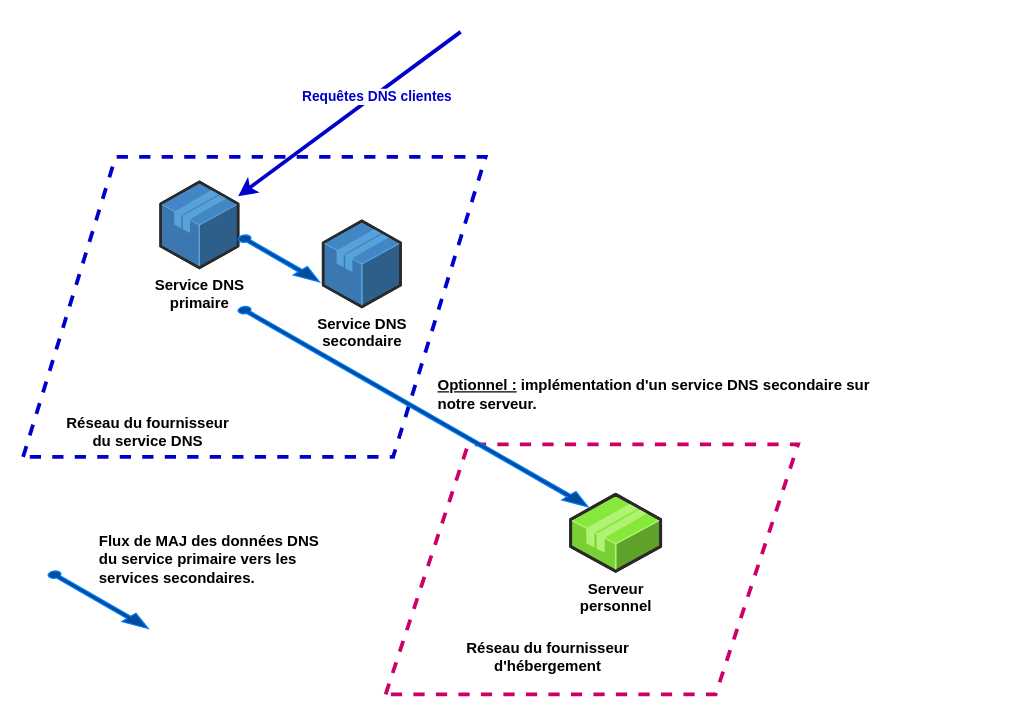
cbrocas/articles keeps this draw.io diagram as architecture.drawio. Above is the earlier version. Source tidied: cells renumbered, new cells numbered last; positions are measured from the earlier drawing's top-left corner, leaving out a move shared by most shapes. Both pictures are drawn from the tidied source at 125%, with x=0, y=0 at pixel (22, 31).
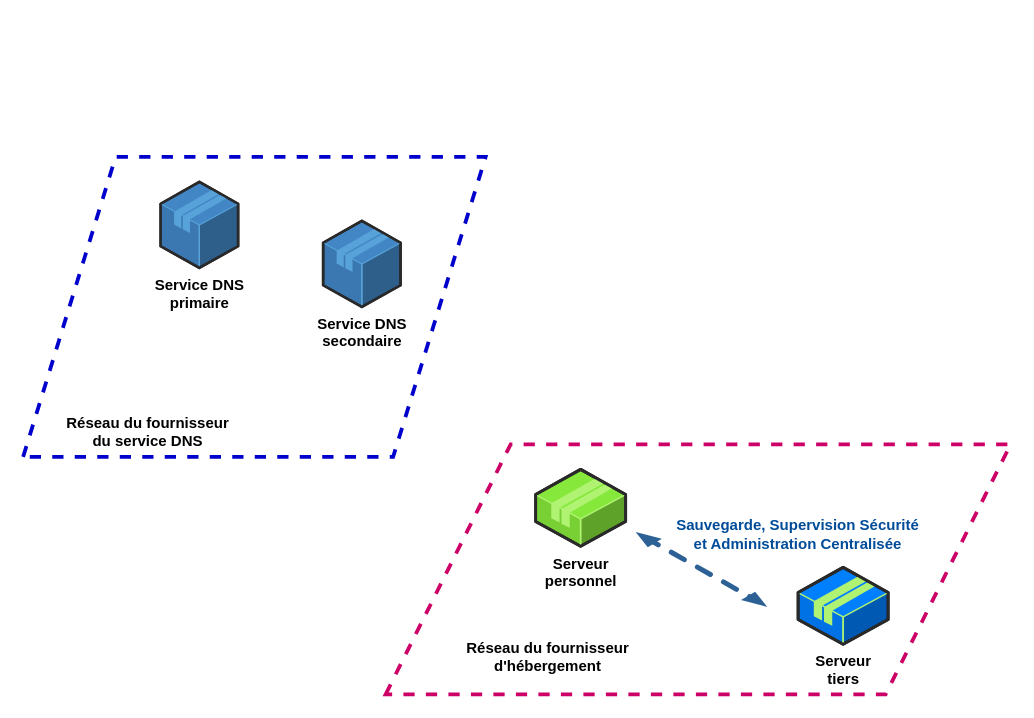
Above is the later version.

Diff of the diagram source:
```diff
@@
 <mxGraphModel>
   <root>
     <mxCell id="0" />
     <mxCell id="1" parent="0" />
     <mxCell id="2" style="shape=parallelogram;perimeter=parallelogramPerimeter;whiteSpace=wrap;html=1;shadow=0;dashed=1;strokeColor=#0000CC;strokeWidth=3;" parent="1" vertex="1">
       <mxGeometry y="100" width="370" height="240" as="geometry" />
     </mxCell>
     <mxCell id="3" style="shape=parallelogram;perimeter=parallelogramPerimeter;whiteSpace=wrap;html=1;shadow=0;strokeWidth=3;strokeColor=#CC0066;dashed=1;" parent="1" vertex="1">
-      <mxGeometry x="290" y="330" width="330" height="200" as="geometry" />
+      <mxGeometry x="290" y="330" width="500" height="200" as="geometry" />
     </mxCell>
-    <mxCell id="4" value="&lt;b&gt;Service DNS&lt;br&gt;secondaire&lt;br&gt;&lt;/b&gt;" style="verticalLabelPosition=bottom;html=1;verticalAlign=top;strokeWidth=1;align=center;dashed=0;shape=mxgraph.aws3d.application;fillColor=#4286c5;strokeColor=#57A2D8;" parent="1" vertex="1">
+    <mxCell id="4" value="&lt;b&gt;Service DNS&lt;br&gt;secondaire&lt;br&gt;&lt;/b&gt;" style="verticalLabelPosition=bottom;html=1;verticalAlign=top;strokeWidth=1;align=center;dashed=0;shape=mxgraph.aws3d.application;strokeColor=#57A2D8;fillColor=#4286C5;" parent="1" vertex="1">
       <mxGeometry x="240" y="151.2" width="62" height="68.8" as="geometry" />
     </mxCell>
     <mxCell id="5" value="&lt;b&gt;Service DNS&lt;br&gt;primaire&lt;br&gt;&lt;/b&gt;" style="verticalLabelPosition=bottom;html=1;verticalAlign=top;strokeWidth=1;align=center;outlineConnect=0;dashed=0;outlineConnect=0;shape=mxgraph.aws3d.application;fillColor=#4286c5;strokeColor=#57A2D8;" parent="1" vertex="1">
       <mxGeometry x="110" y="120" width="62" height="68.8" as="geometry" />
     </mxCell>
     <mxCell id="6" value="&lt;b&gt;Serveur&lt;br&gt;personnel&lt;br&gt;&lt;/b&gt;" style="verticalLabelPosition=bottom;html=1;verticalAlign=top;strokeWidth=1;align=center;dashed=0;shape=mxgraph.aws3d.application2;fillColor=#86E83A;strokeColor=#B0F373;" parent="1" vertex="1">
-      <mxGeometry x="438" y="370" width="72" height="61.5" as="geometry" />
+      <mxGeometry x="410" y="350" width="72" height="61.5" as="geometry" />
     </mxCell>
-    <mxCell id="7" style="endArrow=classic;html=1;strokeColor=#0000CC;strokeWidth=3;" parent="1" edge="1" target="5">
-      <mxGeometry relative="1" as="geometry">
-        <mxPoint x="350" as="sourcePoint" />
-      </mxGeometry>
-    </mxCell>
-    <mxCell id="8" value="&lt;font color=&quot;#0000CC&quot;&gt;&lt;b&gt;Requêtes DNS clientes&lt;/b&gt;&lt;/font&gt;" style="edgeLabel;html=1;align=center;verticalAlign=middle;" parent="7" vertex="1">
-      <mxGeometry x="-0.23" y="1" relative="1" as="geometry" />
-    </mxCell>
     <mxCell id="9" value="&lt;b&gt;Réseau du fournisseur d'hébergement&lt;/b&gt;" style="text;html=1;strokeColor=none;fillColor=none;align=center;verticalAlign=middle;whiteSpace=wrap;rounded=0;shadow=0;dashed=1;" parent="1" vertex="1">
       <mxGeometry x="320" y="490" width="200" height="20" as="geometry" />
     </mxCell>
     <mxCell id="10" value="&lt;b&gt;Réseau du fournisseur &lt;br&gt;du service DNS&lt;br&gt;&lt;/b&gt;" style="text;html=1;strokeColor=none;fillColor=none;align=center;verticalAlign=middle;whiteSpace=wrap;rounded=0;shadow=0;dashed=1;" parent="1" vertex="1">
       <mxGeometry y="310" width="200" height="20" as="geometry" />
     </mxCell>
-    <mxCell id="11" value="&lt;div align=&quot;left&quot;&gt;&lt;b&gt;Flux de MAJ des données DNS du service primaire vers les services secondaires.&lt;/b&gt;&lt;/div&gt;" style="text;html=1;strokeColor=none;fillColor=none;align=left;verticalAlign=middle;whiteSpace=wrap;rounded=0;shadow=0;dashed=1;" parent="1" vertex="1">
-      <mxGeometry x="59.1" y="411.6" width="180.9" height="20" as="geometry" />
-    </mxCell>
-    <mxCell id="12" value="&lt;b&gt;&lt;u&gt;Optionnel :&lt;/u&gt; implémentation d'un service DNS secondaire sur notre serveur.&lt;br&gt;&lt;/b&gt;" style="text;html=1;strokeColor=none;fillColor=none;align=left;verticalAlign=middle;whiteSpace=wrap;rounded=0;shadow=0;dashed=1;" parent="1" vertex="1">
-      <mxGeometry x="329.6" y="280" width="350.4" height="20" as="geometry" />
-    </mxCell>
-    <mxCell id="13" style="verticalLabelPosition=bottom;html=1;verticalAlign=top;strokeWidth=1;align=center;dashed=0;shape=mxgraph.aws3d.arrowSE;shadow=0;strokeColor=#007FFF;fillColor=#004C99;" parent="1" vertex="1">
-      <mxGeometry x="172" y="162.8" width="65.1" height="37.2" as="geometry" />
-    </mxCell>
-    <mxCell id="14" style="verticalLabelPosition=bottom;html=1;verticalAlign=top;strokeWidth=1;align=center;dashed=0;shape=mxgraph.aws3d.arrowSE;shadow=0;strokeColor=#007FFF;fillColor=#004C99;" parent="1" vertex="1">
-      <mxGeometry x="20" y="431.6" width="80" height="45.7" as="geometry" />
-    </mxCell>
-    <mxCell id="15" style="verticalLabelPosition=bottom;html=1;verticalAlign=top;strokeWidth=1;align=center;dashed=0;shape=mxgraph.aws3d.arrowSE;shadow=0;strokeColor=#007FFF;fillColor=#004C99;" parent="1" vertex="1">
-      <mxGeometry x="172" y="220" width="280" height="160" as="geometry" />
-    </mxCell>
+    <mxCell id="16" value="&lt;b&gt;Serveur&lt;br&gt;tiers&lt;/b&gt;" style="verticalLabelPosition=bottom;html=1;verticalAlign=top;strokeWidth=1;align=center;dashed=0;shape=mxgraph.aws3d.application2;strokeColor=#B0F373;fillColor=#007FFF;" parent="1" vertex="1">
+      <mxGeometry x="620" y="428.4" width="72" height="61.5" as="geometry" />
+    </mxCell>
+    <mxCell id="17" style="verticalLabelPosition=bottom;html=1;verticalAlign=top;strokeWidth=1;align=center;dashed=0;shape=mxgraph.aws3d.dashedEdgeDouble;fillColor=#000000;" parent="1" vertex="1">
+      <mxGeometry x="490" y="400" width="105.3" height="60" as="geometry" />
+    </mxCell>
+    <mxCell id="18" value="&lt;font color=&quot;#004C99&quot;&gt;&lt;b&gt;Sauvegarde, Supervision Sécurité&lt;br&gt; et Administration Centralisée &lt;br&gt;&lt;/b&gt;&lt;/font&gt;" style="text;html=1;strokeColor=none;fillColor=none;align=center;verticalAlign=middle;whiteSpace=wrap;rounded=0;shadow=0;dashed=1;" parent="1" vertex="1">
+      <mxGeometry x="520" y="391.6" width="200" height="20" as="geometry" />
+    </mxCell>
   </root>
 </mxGraphModel>
```
